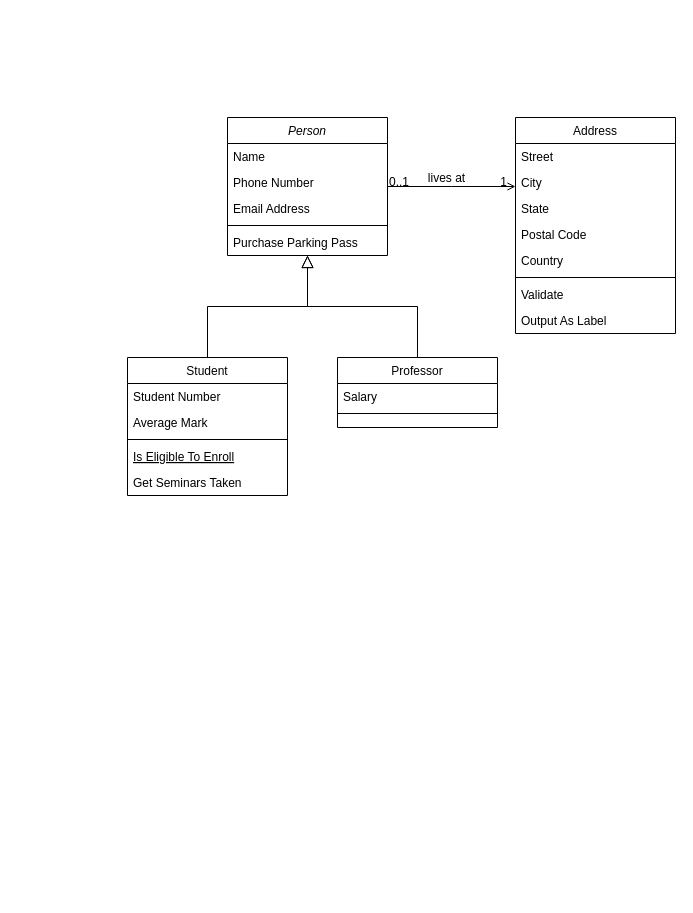
This is Diagrama sin título.drawio from LP3kmikristian/TP_ARCE_DOREGO, a draw.io file, before an edit. Source tidied: cells renumbered, new cells numbered last; positions are measured from the earlier drawing's top-left corner, leaving out a move shared by most shapes. Both pictures are drawn from the tidied source at 100%, with x=0, y=0 at pixel (127, 117).
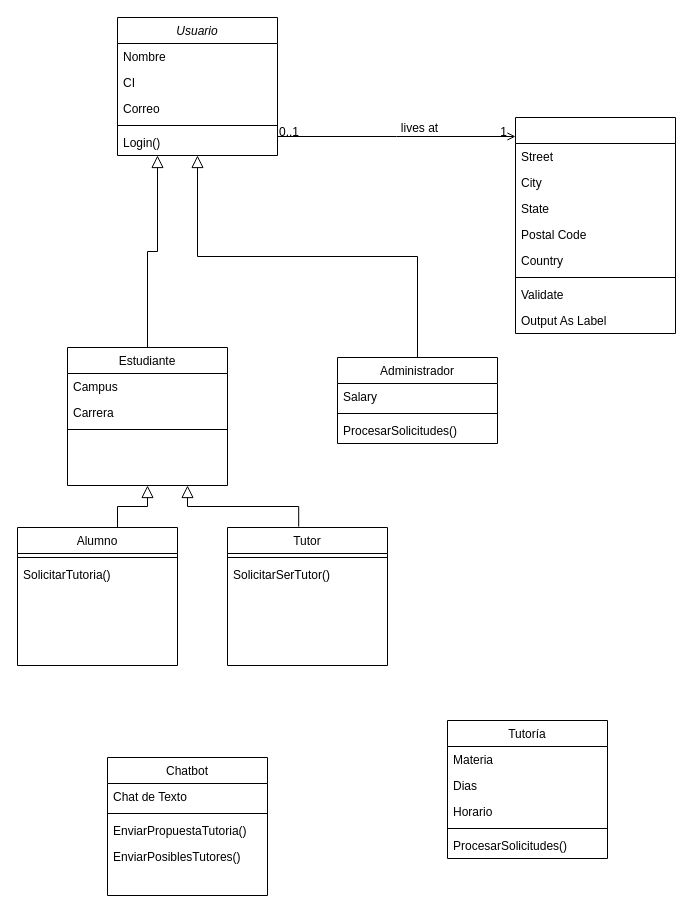
After the change.

The edit, as a diff of the source:
```diff
@@
-    <mxCell id="2" value="Person" style="swimlane;fontStyle=2;align=center;verticalAlign=top;horizontal=1;startSize=26;rounded=0;shadow=0;strokeWidth=1;" parent="1" vertex="1">
-      <mxGeometry x="100" width="160" height="138" as="geometry" />
+    <mxCell id="2" value="Usuario" style="swimlane;fontStyle=2;align=center;verticalAlign=top;horizontal=1;startSize=26;rounded=0;shadow=0;strokeWidth=1;" parent="1" vertex="1">
+      <mxGeometry x="-10" y="-100" width="160" height="138" as="geometry" />
     </mxCell>
-    <mxCell id="3" value="Name" style="text;align=left;verticalAlign=top;spacingLeft=4;spacingRight=4;overflow=hidden;" parent="2" vertex="1">
+    <mxCell id="3" value="Nombre" style="text;align=left;verticalAlign=top;spacingLeft=4;spacingRight=4;overflow=hidden;" parent="2" vertex="1">
       <mxGeometry y="26" width="160" height="26" as="geometry" />
     </mxCell>
-    <mxCell id="4" value="Phone Number" style="text;align=left;verticalAlign=top;spacingLeft=4;spacingRight=4;overflow=hidden;rounded=0;shadow=0;html=0;" parent="2" vertex="1">
+    <mxCell id="4" value="CI" style="text;align=left;verticalAlign=top;spacingLeft=4;spacingRight=4;overflow=hidden;rounded=0;shadow=0;html=0;" parent="2" vertex="1">
       <mxGeometry y="52" width="160" height="26" as="geometry" />
     </mxCell>
-    <mxCell id="5" value="Email Address" style="text;align=left;verticalAlign=top;spacingLeft=4;spacingRight=4;overflow=hidden;rounded=0;shadow=0;html=0;" parent="2" vertex="1">
+    <mxCell id="5" value="Correo" style="text;align=left;verticalAlign=top;spacingLeft=4;spacingRight=4;overflow=hidden;rounded=0;shadow=0;html=0;" parent="2" vertex="1">
       <mxGeometry y="78" width="160" height="26" as="geometry" />
     </mxCell>
@@
-    <mxCell id="7" value="Purchase Parking Pass" style="text;align=left;verticalAlign=top;spacingLeft=4;spacingRight=4;overflow=hidden;" parent="2" vertex="1">
-      <mxGeometry y="112" width="160" height="26" as="geometry" />
-    </mxCell>
+    <mxCell id="32" value="Login()" style="text;align=left;verticalAlign=top;spacingLeft=4;spacingRight=4;overflow=hidden;rounded=0;shadow=0;html=0;" parent="2" vertex="1">
+      <mxGeometry y="112" width="160" height="26" as="geometry" />
+    </mxCell>
-    <mxCell id="8" value="Student" style="swimlane;fontStyle=0;align=center;verticalAlign=top;horizontal=1;startSize=26;rounded=0;shadow=0;strokeWidth=1;" parent="1" vertex="1">
-      <mxGeometry y="240" width="160" height="138" as="geometry" />
+    <mxCell id="8" value="Estudiante" style="swimlane;fontStyle=0;align=center;verticalAlign=top;horizontal=1;startSize=26;rounded=0;shadow=0;strokeWidth=1;" parent="1" vertex="1">
+      <mxGeometry x="-60" y="230" width="160" height="138" as="geometry" />
     </mxCell>
-    <mxCell id="9" value="Student Number" style="text;align=left;verticalAlign=top;spacingLeft=4;spacingRight=4;overflow=hidden;" parent="8" vertex="1">
+    <mxCell id="9" value="Campus" style="text;align=left;verticalAlign=top;spacingLeft=4;spacingRight=4;overflow=hidden;" parent="8" vertex="1">
       <mxGeometry y="26" width="160" height="26" as="geometry" />
     </mxCell>
-    <mxCell id="10" value="Average Mark" style="text;align=left;verticalAlign=top;spacingLeft=4;spacingRight=4;overflow=hidden;rounded=0;shadow=0;html=0;" parent="8" vertex="1">
+    <mxCell id="10" value="Carrera" style="text;align=left;verticalAlign=top;spacingLeft=4;spacingRight=4;overflow=hidden;rounded=0;shadow=0;html=0;" parent="8" vertex="1">
       <mxGeometry y="52" width="160" height="26" as="geometry" />
     </mxCell>
@@
-    <mxCell id="12" value="Is Eligible To Enroll" style="text;align=left;verticalAlign=top;spacingLeft=4;spacingRight=4;overflow=hidden;fontStyle=4;" parent="8" vertex="1">
-      <mxGeometry y="86" width="160" height="26" as="geometry" />
-    </mxCell>
-    <mxCell id="13" value="Get Seminars Taken" style="text;align=left;verticalAlign=top;spacingLeft=4;spacingRight=4;overflow=hidden;" parent="8" vertex="1">
-      <mxGeometry y="112" width="160" height="26" as="geometry" />
-    </mxCell>
-    <mxCell id="14" style="endArrow=block;endSize=10;endFill=0;shadow=0;strokeWidth=1;rounded=0;edgeStyle=elbowEdgeStyle;elbow=vertical;" parent="1" edge="1" source="8" target="2">
+    <mxCell id="14" style="endArrow=block;endSize=10;endFill=0;shadow=0;strokeWidth=1;rounded=0;edgeStyle=elbowEdgeStyle;elbow=vertical;exitX=0.5;exitY=0;exitDx=0;exitDy=0;entryX=0.25;entryY=1;entryDx=0;entryDy=0;" parent="1" edge="1" source="8" target="2">
       <mxGeometry relative="1" as="geometry" />
     </mxCell>
-    <mxCell id="15" value="Professor" style="swimlane;fontStyle=0;align=center;verticalAlign=top;horizontal=1;startSize=26;rounded=0;shadow=0;strokeWidth=1;" parent="1" vertex="1">
-      <mxGeometry x="210" y="240" width="160" height="70" as="geometry" />
+    <mxCell id="15" value="Administrador" style="swimlane;fontStyle=0;align=center;verticalAlign=top;horizontal=1;startSize=26;rounded=0;shadow=0;strokeWidth=1;" parent="1" vertex="1">
+      <mxGeometry x="210" y="240" width="160" height="86" as="geometry" />
     </mxCell>
@@
+    <mxCell id="33" value="ProcesarSolicitudes()" style="text;align=left;verticalAlign=top;spacingLeft=4;spacingRight=4;overflow=hidden;" parent="15" vertex="1">
+      <mxGeometry y="60" width="160" height="26" as="geometry" />
+    </mxCell>
@@
-    <mxCell id="19" value="Address" style="swimlane;fontStyle=0;align=center;verticalAlign=top;horizontal=1;startSize=26;rounded=0;shadow=0;strokeWidth=1;" parent="1" vertex="1">
+    <mxCell id="19" style="swimlane;fontStyle=0;align=center;verticalAlign=top;horizontal=1;startSize=26;rounded=0;shadow=0;strokeWidth=1;" parent="1" vertex="1">
       <mxGeometry x="388" width="160" height="216" as="geometry" />
     </mxCell>
@@
+    <mxCell id="34" value="Alumno" style="swimlane;fontStyle=0;align=center;verticalAlign=top;horizontal=1;startSize=26;rounded=0;shadow=0;strokeWidth=1;" parent="1" vertex="1">
+      <mxGeometry x="-110" y="410" width="160" height="138" as="geometry" />
+    </mxCell>
+    <mxCell id="35" style="line;html=1;strokeWidth=1;align=left;verticalAlign=middle;spacingTop=-1;spacingLeft=3;spacingRight=3;labelPosition=right;" parent="34" vertex="1">
+      <mxGeometry y="26" width="160" height="8" as="geometry" />
+    </mxCell>
+    <mxCell id="36" value="SolicitarTutoria()" style="text;align=left;verticalAlign=top;spacingLeft=4;spacingRight=4;overflow=hidden;fontStyle=0;" parent="34" vertex="1">
+      <mxGeometry y="34" width="160" height="26" as="geometry" />
+    </mxCell>
+    <mxCell id="37" value="Tutor" style="swimlane;fontStyle=0;align=center;verticalAlign=top;horizontal=1;startSize=26;rounded=0;shadow=0;strokeWidth=1;" parent="1" vertex="1">
+      <mxGeometry x="100" y="410" width="160" height="138" as="geometry" />
+    </mxCell>
+    <mxCell id="38" style="line;html=1;strokeWidth=1;align=left;verticalAlign=middle;spacingTop=-1;spacingLeft=3;spacingRight=3;labelPosition=right;" parent="37" vertex="1">
+      <mxGeometry y="26" width="160" height="8" as="geometry" />
+    </mxCell>
+    <mxCell id="39" value="SolicitarSerTutor()" style="text;align=left;verticalAlign=top;spacingLeft=4;spacingRight=4;overflow=hidden;" parent="37" vertex="1">
+      <mxGeometry y="34" width="160" height="26" as="geometry" />
+    </mxCell>
+    <mxCell id="40" value="Tutoría" style="swimlane;fontStyle=0;align=center;verticalAlign=top;horizontal=1;startSize=26;rounded=0;shadow=0;strokeWidth=1;" parent="1" vertex="1">
+      <mxGeometry x="320" y="603" width="160" height="138" as="geometry" />
+    </mxCell>
+    <mxCell id="41" value="Materia" style="text;align=left;verticalAlign=top;spacingLeft=4;spacingRight=4;overflow=hidden;" parent="40" vertex="1">
+      <mxGeometry y="26" width="160" height="26" as="geometry" />
+    </mxCell>
+    <mxCell id="42" value="Dias" style="text;align=left;verticalAlign=top;spacingLeft=4;spacingRight=4;overflow=hidden;" parent="40" vertex="1">
+      <mxGeometry y="52" width="160" height="26" as="geometry" />
+    </mxCell>
+    <mxCell id="43" value="Horario" style="text;align=left;verticalAlign=top;spacingLeft=4;spacingRight=4;overflow=hidden;" parent="40" vertex="1">
+      <mxGeometry y="78" width="160" height="26" as="geometry" />
+    </mxCell>
+    <mxCell id="44" style="line;html=1;strokeWidth=1;align=left;verticalAlign=middle;spacingTop=-1;spacingLeft=3;spacingRight=3;labelPosition=right;" parent="40" vertex="1">
+      <mxGeometry y="104" width="160" height="8" as="geometry" />
+    </mxCell>
+    <mxCell id="45" value="ProcesarSolicitudes()" style="text;align=left;verticalAlign=top;spacingLeft=4;spacingRight=4;overflow=hidden;" parent="40" vertex="1">
+      <mxGeometry y="112" width="160" height="26" as="geometry" />
+    </mxCell>
+    <mxCell id="46" style="endArrow=block;endSize=10;endFill=0;shadow=0;strokeWidth=1;rounded=0;edgeStyle=elbowEdgeStyle;elbow=vertical;exitX=0.5;exitY=0;exitDx=0;exitDy=0;entryX=0.5;entryY=1;entryDx=0;entryDy=0;" parent="1" edge="1" target="8">
+      <mxGeometry relative="1" as="geometry">
+        <mxPoint x="-10" y="410" as="sourcePoint" />
+      </mxGeometry>
+    </mxCell>
+    <mxCell id="47" style="endArrow=block;endSize=10;endFill=0;shadow=0;strokeWidth=1;rounded=0;edgeStyle=elbowEdgeStyle;elbow=vertical;exitX=0.445;exitY=-0.006;exitDx=0;exitDy=0;entryX=0.75;entryY=1;entryDx=0;entryDy=0;exitPerimeter=0;" parent="1" edge="1" source="37" target="8">
+      <mxGeometry relative="1" as="geometry" />
+    </mxCell>
+    <mxCell id="48" value="Chatbot" style="swimlane;fontStyle=0;align=center;verticalAlign=top;horizontal=1;startSize=26;rounded=0;shadow=0;strokeWidth=1;" parent="1" vertex="1">
+      <mxGeometry x="-20" y="640" width="160" height="138" as="geometry" />
+    </mxCell>
+    <mxCell id="49" value="Chat de Texto" style="text;align=left;verticalAlign=top;spacingLeft=4;spacingRight=4;overflow=hidden;" parent="48" vertex="1">
+      <mxGeometry y="26" width="160" height="26" as="geometry" />
+    </mxCell>
+    <mxCell id="50" style="line;html=1;strokeWidth=1;align=left;verticalAlign=middle;spacingTop=-1;spacingLeft=3;spacingRight=3;labelPosition=right;" parent="48" vertex="1">
+      <mxGeometry y="52" width="160" height="8" as="geometry" />
+    </mxCell>
+    <mxCell id="51" value="EnviarPropuestaTutoria()" style="text;align=left;verticalAlign=top;spacingLeft=4;spacingRight=4;overflow=hidden;" parent="48" vertex="1">
+      <mxGeometry y="60" width="160" height="26" as="geometry" />
+    </mxCell>
+    <mxCell id="52" value="EnviarPosiblesTutores()" style="text;align=left;verticalAlign=top;spacingLeft=4;spacingRight=4;overflow=hidden;" parent="48" vertex="1">
+      <mxGeometry y="86" width="160" height="26" as="geometry" />
+    </mxCell>
```
